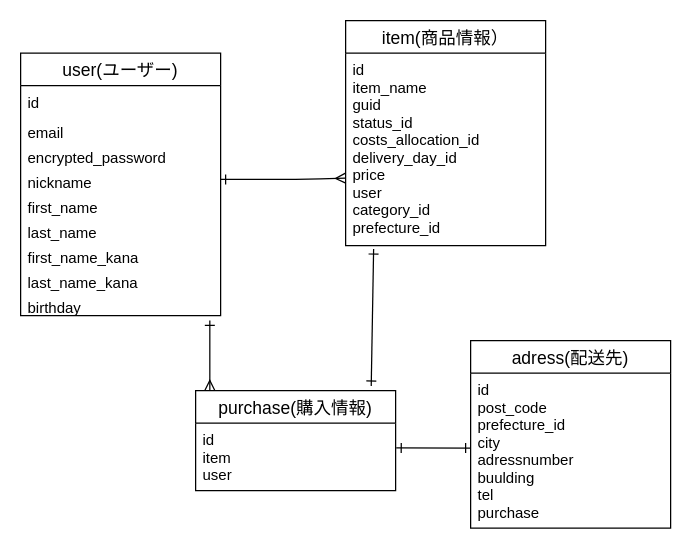
Before: database.dio in kmksrzw/furima-38586, a draw.io diagram. Source tidied: cells renumbered, new cells numbered last; positions are measured from the earlier drawing's top-left corner, leaving out a move shared by most shapes. Both pictures are drawn from the tidied source at 125%, with x=0, y=0 at pixel (20, 20).
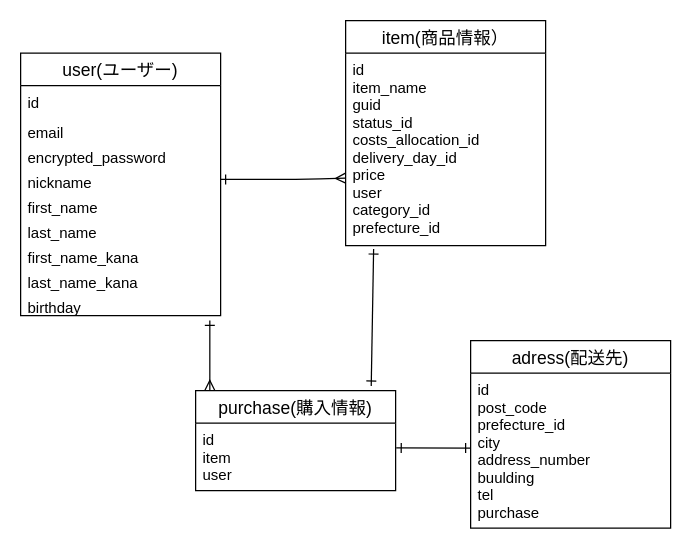
After the change.

Unchanged cells that the change refers to:
```xml
<mxCell id="17" value="adress(配送先)" style="swimlane;fontStyle=0;horizontal=1;startSize=26;align=center;fontSize=14;" parent="1" vertex="1">
  <mxGeometry x="360" y="256" width="160" height="150" as="geometry" />
</mxCell>
```

The edit, as a diff of the source:
```diff
@@
-    <mxCell id="18" value="id&#10;post_code&#10;prefecture_id&#10;city&#10;adressnumber&#10;buulding&#10;tel&#10;purchase" style="text;strokeColor=none;fillColor=none;spacingLeft=4;spacingRight=4;overflow=hidden;fontSize=12;" parent="17" vertex="1">
+    <mxCell id="18" value="id&#10;post_code&#10;prefecture_id&#10;city&#10;address_number&#10;buulding&#10;tel&#10;purchase" style="text;strokeColor=none;fillColor=none;spacingLeft=4;spacingRight=4;overflow=hidden;fontSize=12;" parent="17" vertex="1">
       <mxGeometry y="26" width="160" height="124" as="geometry" />
     </mxCell>
```
